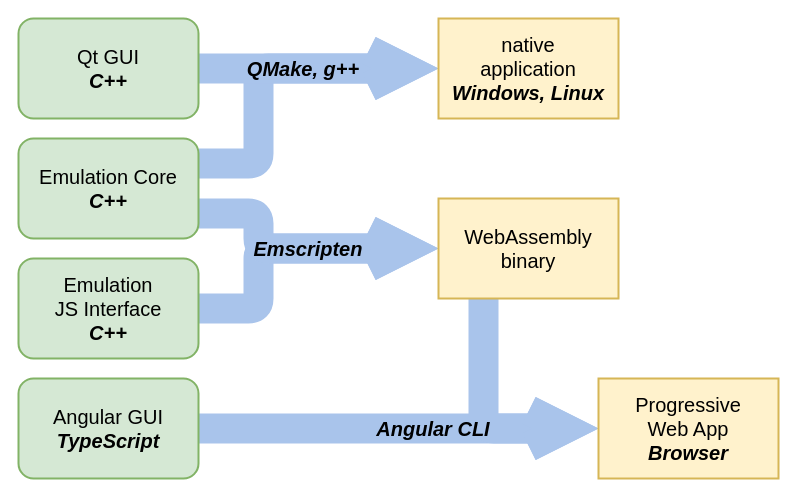
This is docs/age-build.drawio from c-sp/age, a draw.io file, before an edit. Source tidied: cells renumbered, new cells numbered last; positions are measured from the earlier drawing's top-left corner, leaving out a move shared by most shapes. Both pictures are drawn from the tidied source at 100%, with x=0, y=0 at pixel (18, 18).
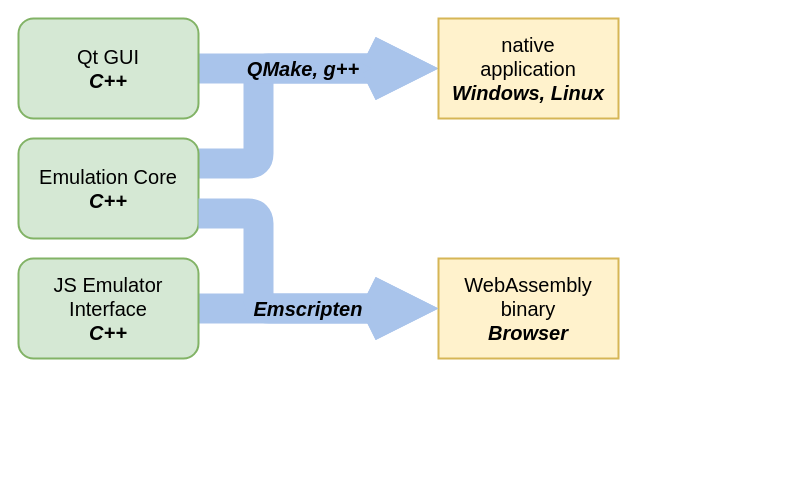
The same diagram, later.

Unchanged cells that the change refers to:
```xml
<mxCell id="7" value="Emulation Core&lt;br style=&quot;font-size: 20px&quot;&gt;&lt;b&gt;&lt;i&gt;C++&lt;/i&gt;&lt;/b&gt;" style="rounded=1;whiteSpace=wrap;html=1;fillColor=#d5e8d4;strokeColor=#82b366;fontSize=20;strokeWidth=2;" parent="1" vertex="1">
  <mxGeometry y="120" width="180" height="100" as="geometry" />
</mxCell>
```

Change to the diagram source:
```diff
@@
-    <mxCell id="2" style="endArrow=open;html=1;strokeColor=#A9C4EB;strokeWidth=30;exitX=1;exitY=0.5;exitDx=0;exitDy=0;entryX=0;entryY=0.5;entryDx=0;entryDy=0;endFill=0;" parent="1" edge="1" source="13" target="14">
-      <mxGeometry relative="1" as="geometry" />
-    </mxCell>
-    <mxCell id="3" style="endArrow=open;html=1;strokeColor=#A9C4EB;strokeWidth=30;exitX=0.25;exitY=1;exitDx=0;exitDy=0;entryX=0;entryY=0.5;entryDx=0;entryDy=0;edgeStyle=orthogonalEdgeStyle;endFill=0;" parent="1" edge="1" source="11" target="14">
-      <mxGeometry relative="1" as="geometry" />
-    </mxCell>
@@
     <mxCell id="5" style="endArrow=open;html=1;strokeColor=#A9C4EB;strokeWidth=30;exitX=1;exitY=0.5;exitDx=0;exitDy=0;entryX=0;entryY=0.5;entryDx=0;entryDy=0;edgeStyle=orthogonalEdgeStyle;endFill=0;" parent="1" edge="1" source="12" target="11">
       <mxGeometry relative="1" as="geometry">
         <Array as="points">
-          <mxPoint x="240" y="290" />
-          <mxPoint x="240" y="230" />
+          <mxPoint x="330" y="290" />
+          <mxPoint x="330" y="290" />
         </Array>
       </mxGeometry>
     </mxCell>
-    <mxCell id="6" style="endArrow=open;html=1;strokeColor=#A9C4EB;strokeWidth=30;exitX=1;exitY=0.75;exitDx=0;exitDy=0;endFill=0;entryX=0;entryY=0.5;entryDx=0;entryDy=0;edgeStyle=orthogonalEdgeStyle;" parent="1" edge="1" source="7" target="11">
-      <mxGeometry relative="1" as="geometry">
-        <Array as="points">
-          <mxPoint x="240" y="195" />
-          <mxPoint x="240" y="230" />
-        </Array>
-      </mxGeometry>
-    </mxCell>
@@
-    <mxCell id="11" value="WebAssembly&lt;br style=&quot;font-size: 20px&quot;&gt;binary" style="rounded=0;whiteSpace=wrap;html=1;fillColor=#fff2cc;strokeColor=#d6b656;fontSize=20;strokeWidth=2;" parent="1" vertex="1">
-      <mxGeometry x="420" y="180" width="180" height="100" as="geometry" />
+    <mxCell id="11" value="WebAssembly&lt;br style=&quot;font-size: 20px&quot;&gt;binary&lt;br&gt;&lt;b&gt;&lt;i&gt;Browser&lt;/i&gt;&lt;/b&gt;" style="rounded=0;whiteSpace=wrap;html=1;fillColor=#fff2cc;strokeColor=#d6b656;fontSize=20;strokeWidth=2;" parent="1" vertex="1">
+      <mxGeometry x="420" y="240" width="180" height="100" as="geometry" />
     </mxCell>
-    <mxCell id="12" value="Emulation&lt;br&gt;JS Interface&lt;br style=&quot;font-size: 20px&quot;&gt;&lt;b&gt;&lt;i&gt;C++&lt;/i&gt;&lt;/b&gt;" style="rounded=1;whiteSpace=wrap;html=1;fillColor=#d5e8d4;strokeColor=#82b366;fontSize=20;strokeWidth=2;" parent="1" vertex="1">
+    <mxCell id="12" value="JS&amp;nbsp;Emulator&lt;br&gt;Interface&lt;br style=&quot;font-size: 20px&quot;&gt;&lt;b&gt;&lt;i&gt;C++&lt;/i&gt;&lt;/b&gt;" style="rounded=1;whiteSpace=wrap;html=1;fillColor=#d5e8d4;strokeColor=#82b366;fontSize=20;strokeWidth=2;" parent="1" vertex="1">
       <mxGeometry y="240" width="180" height="100" as="geometry" />
     </mxCell>
-    <mxCell id="13" value="Angular GUI&lt;br style=&quot;font-size: 20px&quot;&gt;&lt;b&gt;&lt;i&gt;TypeScript&lt;/i&gt;&lt;/b&gt;" style="rounded=1;whiteSpace=wrap;html=1;fillColor=#d5e8d4;strokeColor=#82b366;fontSize=20;strokeWidth=2;" parent="1" vertex="1">
-      <mxGeometry y="360" width="180" height="100" as="geometry" />
-    </mxCell>
-    <mxCell id="14" value="Progressive&lt;br style=&quot;font-size: 20px&quot;&gt;Web App&lt;br&gt;&lt;b&gt;&lt;i&gt;Browser&lt;/i&gt;&lt;/b&gt;" style="rounded=0;whiteSpace=wrap;html=1;fillColor=#fff2cc;strokeColor=#d6b656;fontSize=20;strokeWidth=2;" parent="1" vertex="1">
-      <mxGeometry x="580" y="360" width="180" height="100" as="geometry" />
-    </mxCell>
@@
+    <mxCell id="18" style="endArrow=open;html=1;strokeColor=#A9C4EB;strokeWidth=30;exitX=1;exitY=0.75;exitDx=0;exitDy=0;endFill=0;edgeStyle=orthogonalEdgeStyle;" parent="1" edge="1" source="7">
+      <mxGeometry relative="1" as="geometry">
+        <mxPoint x="420" y="290" as="targetPoint" />
+        <Array as="points">
+          <mxPoint x="240" y="195" />
+          <mxPoint x="240" y="290" />
+        </Array>
+      </mxGeometry>
+    </mxCell>
     <mxCell id="16" value="Emscripten" style="text;html=1;strokeColor=none;fillColor=none;align=center;verticalAlign=middle;whiteSpace=wrap;rounded=0;fontStyle=3;fontSize=20;" parent="1" vertex="1">
-      <mxGeometry x="230" y="210" width="120" height="40" as="geometry" />
+      <mxGeometry x="230" y="270" width="120" height="40" as="geometry" />
     </mxCell>
-    <mxCell id="17" value="Angular CLI" style="text;html=1;strokeColor=none;fillColor=none;align=center;verticalAlign=middle;whiteSpace=wrap;rounded=0;fontStyle=3;fontSize=20;" parent="1" vertex="1">
-      <mxGeometry x="350" y="390" width="130" height="40" as="geometry" />
-    </mxCell>
```
